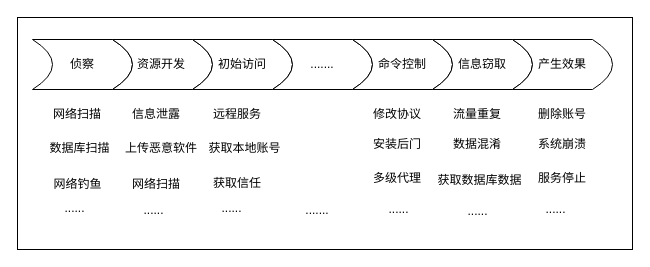
Earlier version of the draw.io diagram attack.drawio (Niujieheng/GitHub_Jul). Source tidied: cells renumbered, new cells numbered last; positions are measured from the earlier drawing's top-left corner, leaving out a move shared by most shapes. Both pictures are drawn from the tidied source at 100%, with x=0, y=0 at pixel (17, 17).
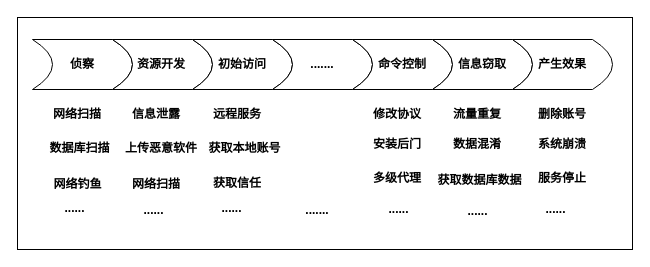
After the change.

Change to the diagram source:
```diff
@@
-    <mxCell id="2" style="rounded=0;whiteSpace=wrap;html=1;" parent="1" vertex="1">
+    <mxCell id="2" style="rounded=0;whiteSpace=wrap;html=1;fontStyle=1;" parent="1" vertex="1">
       <mxGeometry width="615" height="232" as="geometry" />
     </mxCell>
-    <mxCell id="3" value="&lt;p class=&quot;MsoNormal&quot;&gt;&lt;br&gt;&lt;/p&gt;" style="shape=dataStorage;whiteSpace=wrap;html=1;fixedSize=1;rotation=-180;" parent="1" vertex="1">
+    <mxCell id="3" value="&lt;p class=&quot;MsoNormal&quot;&gt;&lt;br&gt;&lt;/p&gt;" style="shape=dataStorage;whiteSpace=wrap;html=1;fixedSize=1;rotation=-180;fontStyle=1;" parent="1" vertex="1">
       <mxGeometry x="15" y="22" width="100" height="50" as="geometry" />
     </mxCell>
-    <mxCell id="4" value="侦察" style="text;html=1;strokeColor=none;fillColor=none;align=center;verticalAlign=middle;whiteSpace=wrap;rounded=0;" parent="1" vertex="1">
+    <mxCell id="4" value="侦察" style="text;html=1;strokeColor=none;fillColor=none;align=center;verticalAlign=middle;whiteSpace=wrap;rounded=0;fontStyle=1;" parent="1" vertex="1">
       <mxGeometry x="30" y="34.5" width="70" height="25" as="geometry" />
     </mxCell>
-    <mxCell id="5" value="&lt;p class=&quot;MsoNormal&quot;&gt;&lt;br&gt;&lt;/p&gt;" style="shape=dataStorage;whiteSpace=wrap;html=1;fixedSize=1;rotation=-180;" parent="1" vertex="1">
+    <mxCell id="5" value="&lt;p class=&quot;MsoNormal&quot;&gt;&lt;br&gt;&lt;/p&gt;" style="shape=dataStorage;whiteSpace=wrap;html=1;fixedSize=1;rotation=-180;fontStyle=1;" parent="1" vertex="1">
       <mxGeometry x="95" y="22" width="100" height="50" as="geometry" />
     </mxCell>
-    <mxCell id="6" value="&lt;p class=&quot;MsoNormal&quot;&gt;&lt;br&gt;&lt;/p&gt;" style="shape=dataStorage;whiteSpace=wrap;html=1;fixedSize=1;rotation=-180;" parent="1" vertex="1">
+    <mxCell id="6" value="&lt;p class=&quot;MsoNormal&quot;&gt;&lt;br&gt;&lt;/p&gt;" style="shape=dataStorage;whiteSpace=wrap;html=1;fixedSize=1;rotation=-180;fontStyle=1;" parent="1" vertex="1">
       <mxGeometry x="175" y="22" width="100" height="50" as="geometry" />
     </mxCell>
-    <mxCell id="7" value="&lt;p class=&quot;MsoNormal&quot;&gt;&lt;br&gt;&lt;/p&gt;" style="shape=dataStorage;whiteSpace=wrap;html=1;fixedSize=1;rotation=-180;" parent="1" vertex="1">
+    <mxCell id="7" value="&lt;p class=&quot;MsoNormal&quot;&gt;&lt;br&gt;&lt;/p&gt;" style="shape=dataStorage;whiteSpace=wrap;html=1;fixedSize=1;rotation=-180;fontStyle=1;" parent="1" vertex="1">
       <mxGeometry x="255" y="22" width="100" height="50" as="geometry" />
     </mxCell>
-    <mxCell id="8" value="&lt;p class=&quot;MsoNormal&quot;&gt;&lt;br&gt;&lt;/p&gt;" style="shape=dataStorage;whiteSpace=wrap;html=1;fixedSize=1;rotation=-180;" parent="1" vertex="1">
+    <mxCell id="8" value="&lt;p class=&quot;MsoNormal&quot;&gt;&lt;br&gt;&lt;/p&gt;" style="shape=dataStorage;whiteSpace=wrap;html=1;fixedSize=1;rotation=-180;fontStyle=1;" parent="1" vertex="1">
       <mxGeometry x="335" y="22" width="100" height="50" as="geometry" />
     </mxCell>
-    <mxCell id="9" value="&lt;p class=&quot;MsoNormal&quot;&gt;&lt;br&gt;&lt;/p&gt;" style="shape=dataStorage;whiteSpace=wrap;html=1;fixedSize=1;rotation=-180;" parent="1" vertex="1">
+    <mxCell id="9" value="&lt;p class=&quot;MsoNormal&quot;&gt;&lt;br&gt;&lt;/p&gt;" style="shape=dataStorage;whiteSpace=wrap;html=1;fixedSize=1;rotation=-180;fontStyle=1;" parent="1" vertex="1">
       <mxGeometry x="415" y="22" width="100" height="50" as="geometry" />
     </mxCell>
-    <mxCell id="10" value="资源开发" style="text;html=1;strokeColor=none;fillColor=none;align=center;verticalAlign=middle;whiteSpace=wrap;rounded=0;" parent="1" vertex="1">
+    <mxCell id="10" value="资源开发" style="text;html=1;strokeColor=none;fillColor=none;align=center;verticalAlign=middle;whiteSpace=wrap;rounded=0;fontStyle=1;" parent="1" vertex="1">
       <mxGeometry x="109" y="34.5" width="70" height="25" as="geometry" />
     </mxCell>
-    <mxCell id="11" value="信息窃取" style="text;html=1;strokeColor=none;fillColor=none;align=center;verticalAlign=middle;whiteSpace=wrap;rounded=0;" parent="1" vertex="1">
+    <mxCell id="11" value="信息窃取" style="text;html=1;strokeColor=none;fillColor=none;align=center;verticalAlign=middle;whiteSpace=wrap;rounded=0;fontStyle=1;" parent="1" vertex="1">
       <mxGeometry x="430" y="34.5" width="70" height="25" as="geometry" />
     </mxCell>
-    <mxCell id="12" value="初始访问" style="text;html=1;strokeColor=none;fillColor=none;align=center;verticalAlign=middle;whiteSpace=wrap;rounded=0;" parent="1" vertex="1">
+    <mxCell id="12" value="初始访问" style="text;html=1;strokeColor=none;fillColor=none;align=center;verticalAlign=middle;whiteSpace=wrap;rounded=0;fontStyle=1;" parent="1" vertex="1">
       <mxGeometry x="190" y="34.5" width="70" height="25" as="geometry" />
     </mxCell>
-    <mxCell id="13" value="......." style="text;html=1;strokeColor=none;fillColor=none;align=center;verticalAlign=middle;whiteSpace=wrap;rounded=0;" parent="1" vertex="1">
+    <mxCell id="13" value="......." style="text;html=1;strokeColor=none;fillColor=none;align=center;verticalAlign=middle;whiteSpace=wrap;rounded=0;fontStyle=1;" parent="1" vertex="1">
       <mxGeometry x="270" y="34.5" width="70" height="25" as="geometry" />
     </mxCell>
-    <mxCell id="14" value="命令控制" style="text;html=1;strokeColor=none;fillColor=none;align=center;verticalAlign=middle;whiteSpace=wrap;rounded=0;" parent="1" vertex="1">
+    <mxCell id="14" value="命令控制" style="text;html=1;strokeColor=none;fillColor=none;align=center;verticalAlign=middle;whiteSpace=wrap;rounded=0;fontStyle=1;" parent="1" vertex="1">
       <mxGeometry x="350" y="34.5" width="70" height="25" as="geometry" />
     </mxCell>
-    <mxCell id="15" value="&lt;p class=&quot;MsoNormal&quot;&gt;&lt;br&gt;&lt;/p&gt;" style="shape=dataStorage;whiteSpace=wrap;html=1;fixedSize=1;rotation=-180;" parent="1" vertex="1">
+    <mxCell id="15" value="&lt;p class=&quot;MsoNormal&quot;&gt;&lt;br&gt;&lt;/p&gt;" style="shape=dataStorage;whiteSpace=wrap;html=1;fixedSize=1;rotation=-180;fontStyle=1;" parent="1" vertex="1">
       <mxGeometry x="495" y="22" width="100" height="50" as="geometry" />
     </mxCell>
-    <mxCell id="16" value="产生效果" style="text;html=1;strokeColor=none;fillColor=none;align=center;verticalAlign=middle;whiteSpace=wrap;rounded=0;" parent="1" vertex="1">
+    <mxCell id="16" value="产生效果" style="text;html=1;strokeColor=none;fillColor=none;align=center;verticalAlign=middle;whiteSpace=wrap;rounded=0;fontStyle=1;" parent="1" vertex="1">
       <mxGeometry x="510" y="34.5" width="70" height="25" as="geometry" />
     </mxCell>
-    <mxCell id="17" value="网络扫描" style="text;html=1;strokeColor=none;fillColor=none;align=center;verticalAlign=middle;whiteSpace=wrap;rounded=0;" parent="1" vertex="1">
+    <mxCell id="17" value="网络扫描" style="text;html=1;strokeColor=none;fillColor=none;align=center;verticalAlign=middle;whiteSpace=wrap;rounded=0;fontStyle=1;" parent="1" vertex="1">
       <mxGeometry x="30" y="82" width="60" height="30" as="geometry" />
     </mxCell>
-    <mxCell id="18" value="数据库扫描" style="text;html=1;strokeColor=none;fillColor=none;align=center;verticalAlign=middle;whiteSpace=wrap;rounded=0;" parent="1" vertex="1">
+    <mxCell id="18" value="数据库扫描" style="text;html=1;strokeColor=none;fillColor=none;align=center;verticalAlign=middle;whiteSpace=wrap;rounded=0;fontStyle=1;" parent="1" vertex="1">
       <mxGeometry x="30" y="116" width="65" height="30" as="geometry" />
     </mxCell>
-    <mxCell id="19" value="网络钓鱼" style="text;html=1;strokeColor=none;fillColor=none;align=center;verticalAlign=middle;whiteSpace=wrap;rounded=0;" parent="1" vertex="1">
+    <mxCell id="19" value="网络钓鱼" style="text;html=1;strokeColor=none;fillColor=none;align=center;verticalAlign=middle;whiteSpace=wrap;rounded=0;fontStyle=1;" parent="1" vertex="1">
       <mxGeometry x="27.5" y="152" width="65" height="30" as="geometry" />
     </mxCell>
-    <mxCell id="20" value="信息泄露" style="text;html=1;strokeColor=none;fillColor=none;align=center;verticalAlign=middle;whiteSpace=wrap;rounded=0;" parent="1" vertex="1">
+    <mxCell id="20" value="信息泄露" style="text;html=1;strokeColor=none;fillColor=none;align=center;verticalAlign=middle;whiteSpace=wrap;rounded=0;fontStyle=1;" parent="1" vertex="1">
       <mxGeometry x="109" y="82" width="60" height="30" as="geometry" />
     </mxCell>
-    <mxCell id="21" value="上传恶意软件" style="text;html=1;strokeColor=none;fillColor=none;align=center;verticalAlign=middle;whiteSpace=wrap;rounded=0;" parent="1" vertex="1">
+    <mxCell id="21" value="上传恶意软件" style="text;html=1;strokeColor=none;fillColor=none;align=center;verticalAlign=middle;whiteSpace=wrap;rounded=0;fontStyle=1;" parent="1" vertex="1">
       <mxGeometry x="106" y="116" width="76" height="30" as="geometry" />
     </mxCell>
-    <mxCell id="22" value="网络扫描" style="text;html=1;strokeColor=none;fillColor=none;align=center;verticalAlign=middle;whiteSpace=wrap;rounded=0;" parent="1" vertex="1">
+    <mxCell id="22" value="网络扫描" style="text;html=1;strokeColor=none;fillColor=none;align=center;verticalAlign=middle;whiteSpace=wrap;rounded=0;fontStyle=1;" parent="1" vertex="1">
       <mxGeometry x="109" y="152" width="60" height="30" as="geometry" />
     </mxCell>
-    <mxCell id="23" value="远程服务" style="text;html=1;strokeColor=none;fillColor=none;align=center;verticalAlign=middle;whiteSpace=wrap;rounded=0;" parent="1" vertex="1">
+    <mxCell id="23" value="远程服务" style="text;html=1;strokeColor=none;fillColor=none;align=center;verticalAlign=middle;whiteSpace=wrap;rounded=0;fontStyle=1;" parent="1" vertex="1">
       <mxGeometry x="190" y="82" width="60" height="30" as="geometry" />
     </mxCell>
-    <mxCell id="24" value="获取本地账号" style="text;html=1;strokeColor=none;fillColor=none;align=center;verticalAlign=middle;whiteSpace=wrap;rounded=0;" parent="1" vertex="1">
+    <mxCell id="24" value="获取本地账号" style="text;html=1;strokeColor=none;fillColor=none;align=center;verticalAlign=middle;whiteSpace=wrap;rounded=0;fontStyle=1;" parent="1" vertex="1">
       <mxGeometry x="190" y="116" width="75" height="30" as="geometry" />
     </mxCell>
-    <mxCell id="25" value="获取信任" style="text;html=1;strokeColor=none;fillColor=none;align=center;verticalAlign=middle;whiteSpace=wrap;rounded=0;" parent="1" vertex="1">
+    <mxCell id="25" value="获取信任" style="text;html=1;strokeColor=none;fillColor=none;align=center;verticalAlign=middle;whiteSpace=wrap;rounded=0;fontStyle=1;" parent="1" vertex="1">
       <mxGeometry x="190" y="151" width="60" height="30" as="geometry" />
     </mxCell>
-    <mxCell id="26" value="修改协议" style="text;html=1;strokeColor=none;fillColor=none;align=center;verticalAlign=middle;whiteSpace=wrap;rounded=0;" parent="1" vertex="1">
+    <mxCell id="26" value="修改协议" style="text;html=1;strokeColor=none;fillColor=none;align=center;verticalAlign=middle;whiteSpace=wrap;rounded=0;fontStyle=1;" parent="1" vertex="1">
       <mxGeometry x="350" y="82" width="60" height="30" as="geometry" />
     </mxCell>
-    <mxCell id="27" value="安装后门" style="text;html=1;strokeColor=none;fillColor=none;align=center;verticalAlign=middle;whiteSpace=wrap;rounded=0;" parent="1" vertex="1">
+    <mxCell id="27" value="安装后门" style="text;html=1;strokeColor=none;fillColor=none;align=center;verticalAlign=middle;whiteSpace=wrap;rounded=0;fontStyle=1;" parent="1" vertex="1">
       <mxGeometry x="350" y="112" width="60" height="30" as="geometry" />
     </mxCell>
-    <mxCell id="28" value="多级代理" style="text;html=1;strokeColor=none;fillColor=none;align=center;verticalAlign=middle;whiteSpace=wrap;rounded=0;" parent="1" vertex="1">
+    <mxCell id="28" value="多级代理" style="text;html=1;strokeColor=none;fillColor=none;align=center;verticalAlign=middle;whiteSpace=wrap;rounded=0;fontStyle=1;" parent="1" vertex="1">
       <mxGeometry x="350" y="146" width="60" height="30" as="geometry" />
     </mxCell>
-    <mxCell id="29" value="流量重复" style="text;html=1;strokeColor=none;fillColor=none;align=center;verticalAlign=middle;whiteSpace=wrap;rounded=0;" parent="1" vertex="1">
+    <mxCell id="29" value="流量重复" style="text;html=1;strokeColor=none;fillColor=none;align=center;verticalAlign=middle;whiteSpace=wrap;rounded=0;fontStyle=1;" parent="1" vertex="1">
       <mxGeometry x="430" y="82" width="60" height="30" as="geometry" />
     </mxCell>
-    <mxCell id="30" value="数据混淆" style="text;html=1;strokeColor=none;fillColor=none;align=center;verticalAlign=middle;whiteSpace=wrap;rounded=0;" parent="1" vertex="1">
+    <mxCell id="30" value="数据混淆" style="text;html=1;strokeColor=none;fillColor=none;align=center;verticalAlign=middle;whiteSpace=wrap;rounded=0;fontStyle=1;" parent="1" vertex="1">
       <mxGeometry x="430" y="112" width="60" height="30" as="geometry" />
     </mxCell>
-    <mxCell id="31" value="获取数据库数据" style="text;html=1;strokeColor=none;fillColor=none;align=center;verticalAlign=middle;whiteSpace=wrap;rounded=0;" parent="1" vertex="1">
+    <mxCell id="31" value="获取数据库数据" style="text;html=1;strokeColor=none;fillColor=none;align=center;verticalAlign=middle;whiteSpace=wrap;rounded=0;fontStyle=1;" parent="1" vertex="1">
       <mxGeometry x="415" y="148" width="95" height="30" as="geometry" />
     </mxCell>
-    <mxCell id="32" value="删除账号" style="text;html=1;strokeColor=none;fillColor=none;align=center;verticalAlign=middle;whiteSpace=wrap;rounded=0;" parent="1" vertex="1">
+    <mxCell id="32" value="删除账号" style="text;html=1;strokeColor=none;fillColor=none;align=center;verticalAlign=middle;whiteSpace=wrap;rounded=0;fontStyle=1;" parent="1" vertex="1">
       <mxGeometry x="515" y="82" width="60" height="30" as="geometry" />
     </mxCell>
-    <mxCell id="33" value="系统崩溃" style="text;html=1;strokeColor=none;fillColor=none;align=center;verticalAlign=middle;whiteSpace=wrap;rounded=0;" parent="1" vertex="1">
+    <mxCell id="33" value="系统崩溃" style="text;html=1;strokeColor=none;fillColor=none;align=center;verticalAlign=middle;whiteSpace=wrap;rounded=0;fontStyle=1;" parent="1" vertex="1">
       <mxGeometry x="515" y="112" width="60" height="30" as="geometry" />
     </mxCell>
-    <mxCell id="34" value="服务停止" style="text;html=1;strokeColor=none;fillColor=none;align=center;verticalAlign=middle;whiteSpace=wrap;rounded=0;" parent="1" vertex="1">
+    <mxCell id="34" value="服务停止" style="text;html=1;strokeColor=none;fillColor=none;align=center;verticalAlign=middle;whiteSpace=wrap;rounded=0;fontStyle=1;" parent="1" vertex="1">
       <mxGeometry x="515" y="146" width="60" height="30" as="geometry" />
     </mxCell>
-    <mxCell id="35" value="......" style="text;html=1;strokeColor=none;fillColor=none;align=center;verticalAlign=middle;whiteSpace=wrap;rounded=0;" parent="1" vertex="1">
+    <mxCell id="35" value="......" style="text;html=1;strokeColor=none;fillColor=none;align=center;verticalAlign=middle;whiteSpace=wrap;rounded=0;fontStyle=1;" parent="1" vertex="1">
       <mxGeometry x="25" y="176" width="65" height="30" as="geometry" />
     </mxCell>
-    <mxCell id="36" value="......" style="text;html=1;strokeColor=none;fillColor=none;align=center;verticalAlign=middle;whiteSpace=wrap;rounded=0;" parent="1" vertex="1">
+    <mxCell id="36" value="......" style="text;html=1;strokeColor=none;fillColor=none;align=center;verticalAlign=middle;whiteSpace=wrap;rounded=0;fontStyle=1;" parent="1" vertex="1">
       <mxGeometry x="104" y="178" width="65" height="30" as="geometry" />
     </mxCell>
-    <mxCell id="37" value="......" style="text;html=1;strokeColor=none;fillColor=none;align=center;verticalAlign=middle;whiteSpace=wrap;rounded=0;" parent="1" vertex="1">
+    <mxCell id="37" value="......" style="text;html=1;strokeColor=none;fillColor=none;align=center;verticalAlign=middle;whiteSpace=wrap;rounded=0;fontStyle=1;" parent="1" vertex="1">
       <mxGeometry x="182" y="176" width="65" height="30" as="geometry" />
     </mxCell>
-    <mxCell id="38" value="......" style="text;html=1;strokeColor=none;fillColor=none;align=center;verticalAlign=middle;whiteSpace=wrap;rounded=0;" parent="1" vertex="1">
+    <mxCell id="38" value="......" style="text;html=1;strokeColor=none;fillColor=none;align=center;verticalAlign=middle;whiteSpace=wrap;rounded=0;fontStyle=1;" parent="1" vertex="1">
       <mxGeometry x="349" y="177" width="65" height="30" as="geometry" />
     </mxCell>
-    <mxCell id="39" value="......" style="text;html=1;strokeColor=none;fillColor=none;align=center;verticalAlign=middle;whiteSpace=wrap;rounded=0;" parent="1" vertex="1">
+    <mxCell id="39" value="......" style="text;html=1;strokeColor=none;fillColor=none;align=center;verticalAlign=middle;whiteSpace=wrap;rounded=0;fontStyle=1;" parent="1" vertex="1">
       <mxGeometry x="428" y="179" width="65" height="30" as="geometry" />
     </mxCell>
-    <mxCell id="40" value="......" style="text;html=1;strokeColor=none;fillColor=none;align=center;verticalAlign=middle;whiteSpace=wrap;rounded=0;" parent="1" vertex="1">
+    <mxCell id="40" value="......" style="text;html=1;strokeColor=none;fillColor=none;align=center;verticalAlign=middle;whiteSpace=wrap;rounded=0;fontStyle=1;" parent="1" vertex="1">
       <mxGeometry x="506" y="177" width="65" height="30" as="geometry" />
     </mxCell>
-    <mxCell id="41" value="......." style="text;html=1;strokeColor=none;fillColor=none;align=center;verticalAlign=middle;whiteSpace=wrap;rounded=0;" parent="1" vertex="1">
+    <mxCell id="41" value="......." style="text;html=1;strokeColor=none;fillColor=none;align=center;verticalAlign=middle;whiteSpace=wrap;rounded=0;fontStyle=1;" parent="1" vertex="1">
       <mxGeometry x="265" y="180.5" width="70" height="25" as="geometry" />
     </mxCell>
```
